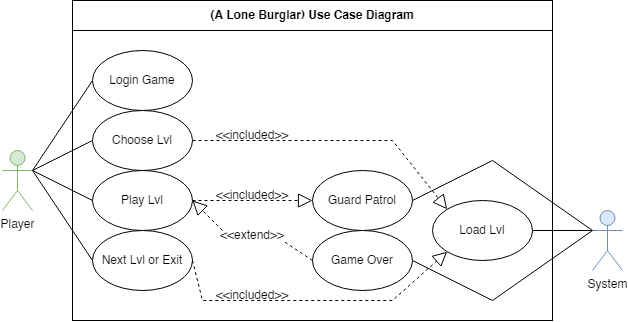
Earlier version of the draw.io export use case diagram.png (johannfac/A-Lone-Burglar). Source tidied: cells renumbered, new cells last; positions are measured from the earlier drawing's top-left corner, leaving out a move shared by most shapes.
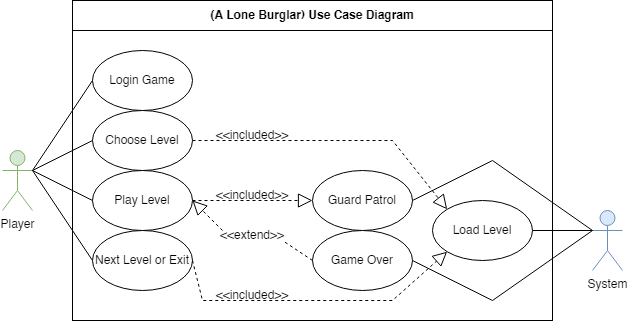
Above is the later version.

The edit, as a diff of the source:
```diff
@@ -11,7 +11,7 @@
     <mxCell id="4" value="System" style="shape=umlActor;verticalLabelPosition=bottom;verticalAlign=top;html=1;outlineConnect=0;fillColor=#dae8fc;strokeColor=#6c8ebf;" parent="1" vertex="1">
       <mxGeometry x="590" y="210" width="30" height="60" as="geometry" />
     </mxCell>
-    <mxCell id="5" value="Load Lvl" style="ellipse;whiteSpace=wrap;html=1;" parent="1" vertex="1">
+    <mxCell id="5" value="Load Level" style="ellipse;whiteSpace=wrap;html=1;" parent="1" vertex="1">
       <mxGeometry x="430" y="200" width="100" height="60" as="geometry" />
     </mxCell>
     <mxCell id="6" style="endArrow=block;dashed=1;endFill=0;endSize=12;html=1;rounded=0;exitX=1;exitY=0.5;exitDx=0;exitDy=0;entryX=0;entryY=0;entryDx=0;entryDy=0;startArrow=none;" parent="1" edge="1" source="8" target="5">
@@ -24,10 +24,10 @@
     <mxCell id="7" value="&amp;lt;&amp;lt;included&amp;gt;&amp;gt;" style="text;html=1;strokeColor=none;fillColor=none;align=center;verticalAlign=middle;whiteSpace=wrap;rounded=0;" parent="1" vertex="1">
       <mxGeometry x="220" y="130" width="60" height="10" as="geometry" />
     </mxCell>
-    <mxCell id="8" value="Choose Lvl" style="ellipse;whiteSpace=wrap;html=1;" parent="1" vertex="1">
+    <mxCell id="8" value="Choose Level" style="ellipse;whiteSpace=wrap;html=1;" parent="1" vertex="1">
       <mxGeometry x="90" y="110" width="100" height="60" as="geometry" />
     </mxCell>
-    <mxCell id="9" value="Play Lvl" style="ellipse;whiteSpace=wrap;html=1;" parent="1" vertex="1">
+    <mxCell id="9" value="Play Level" style="ellipse;whiteSpace=wrap;html=1;" parent="1" vertex="1">
       <mxGeometry x="90" y="170" width="100" height="60" as="geometry" />
     </mxCell>
     <mxCell id="10" value="Guard Patrol" style="ellipse;whiteSpace=wrap;html=1;" parent="1" vertex="1">
@@ -72,7 +72,7 @@
     <mxCell id="20" style="endArrow=none;dashed=1;endFill=0;endSize=12;html=1;rounded=0;exitX=0;exitY=0.5;exitDx=0;exitDy=0;startArrow=none;entryX=1;entryY=1;entryDx=0;entryDy=0;" parent="1" edge="1" source="13" target="19">
       <mxGeometry relative="1" as="geometry" />
     </mxCell>
-    <mxCell id="21" value="Next Lvl or Exit" style="ellipse;whiteSpace=wrap;html=1;" parent="1" vertex="1">
+    <mxCell id="21" value="Next Level or Exit" style="ellipse;whiteSpace=wrap;html=1;" parent="1" vertex="1">
       <mxGeometry x="90" y="230" width="100" height="60" as="geometry" />
     </mxCell>
     <mxCell id="22" style="endArrow=none;endFill=0;endSize=12;html=1;rounded=0;exitX=0;exitY=0.3333333333333333;exitDx=0;exitDy=0;startArrow=none;exitPerimeter=0;entryX=1;entryY=0.5;entryDx=0;entryDy=0;" parent="1" edge="1" source="4" target="13">
```
